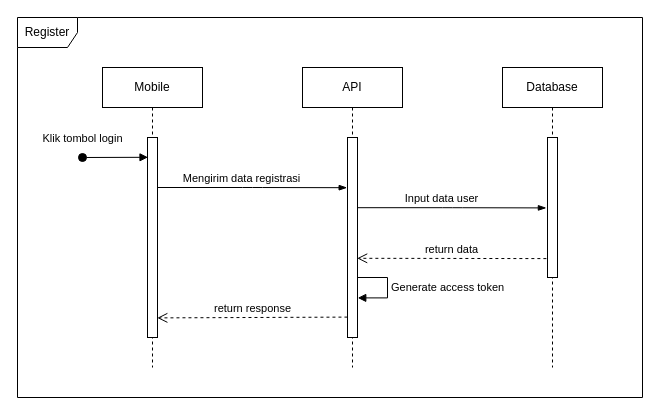
This is page "Register" (2 of 2) of requirements/Sequence Diagram.drawio from foxxxesky/Final-Projects-Backend-OVO, a draw.io file, before an edit. Source tidied: cells renumbered, new cells numbered last; positions are measured from the earlier drawing's top-left corner, leaving out a move shared by most shapes. Both pictures are drawn from the tidied source at 100%, with x=0, y=0 at pixel (17, 17).
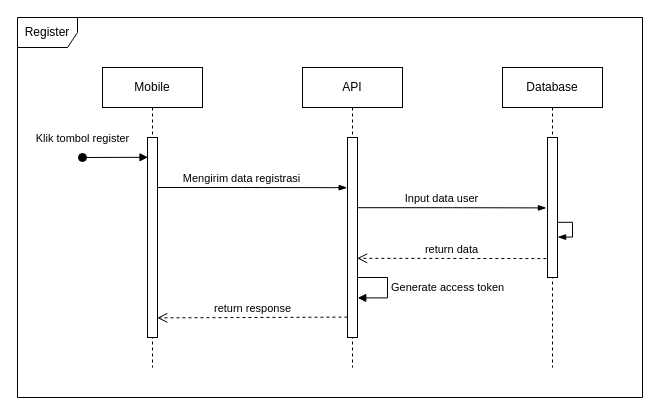
After the change.

Commit message:
update register sequence

Unchanged cells that the change refers to:
```xml
<mxCell id="4" style="html=1;points=[];perimeter=orthogonalPerimeter;" parent="3" vertex="1">
  <mxGeometry x="45" y="70" width="10" height="200" as="geometry" />
</mxCell>
<mxCell id="8" value="Database" style="shape=umlLifeline;perimeter=lifelinePerimeter;whiteSpace=wrap;html=1;" parent="1" vertex="1">
  <mxGeometry x="485" y="50" width="100" height="300" as="geometry" />
</mxCell>
```

The edit, as a diff of the source:
```diff
@@
+    <mxCell id="17" style="edgeStyle=elbowEdgeStyle;fontSize=12;html=1;endArrow=blockThin;endFill=1;entryX=1.02;entryY=0.676;entryDx=0;entryDy=0;entryPerimeter=0;rounded=0;" parent="8" edge="1">
+      <mxGeometry relative="1" as="geometry">
+        <mxPoint x="55" y="154.8" as="sourcePoint" />
+        <mxPoint x="55.2" y="169.6" as="targetPoint" />
+        <Array as="points">
+          <mxPoint x="70" y="165" />
+        </Array>
+      </mxGeometry>
+    </mxCell>
-    <mxCell id="10" value="Klik tombol login" style="html=1;verticalAlign=bottom;startArrow=oval;startFill=1;endArrow=block;startSize=8;entryX=0.052;entryY=0.099;entryDx=0;entryDy=0;entryPerimeter=0;" parent="1" edge="1" target="4">
+    <mxCell id="10" value="Klik tombol register" style="html=1;verticalAlign=bottom;startArrow=oval;startFill=1;endArrow=block;startSize=8;entryX=0.052;entryY=0.099;entryDx=0;entryDy=0;entryPerimeter=0;" parent="1" edge="1" target="4">
       <mxGeometry x="-1" y="10" relative="1" as="geometry">
         <mxPoint x="65" y="140" as="sourcePoint" />
       </mxGeometry>
     </mxCell>
```
